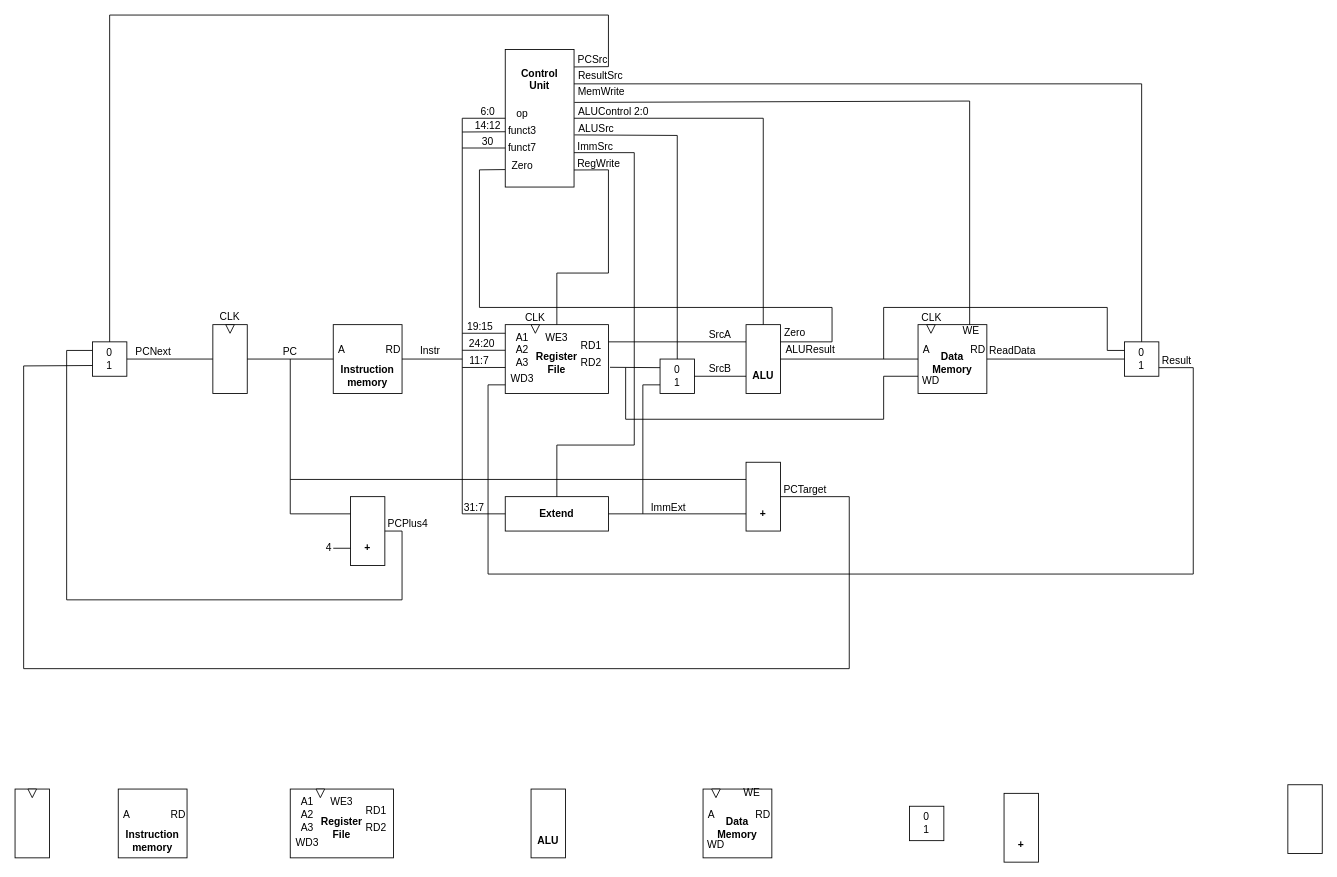
This is doc/riscv-cpu.drawio from myay/riscv_myay, a draw.io file, before an edit. Source tidied: cells renumbered, new cells numbered last; positions are measured from the earlier drawing's top-left corner, leaving out a move shared by most shapes. Both pictures are drawn from the tidied source at 86%, with x=0, y=0 at pixel (15, 15).
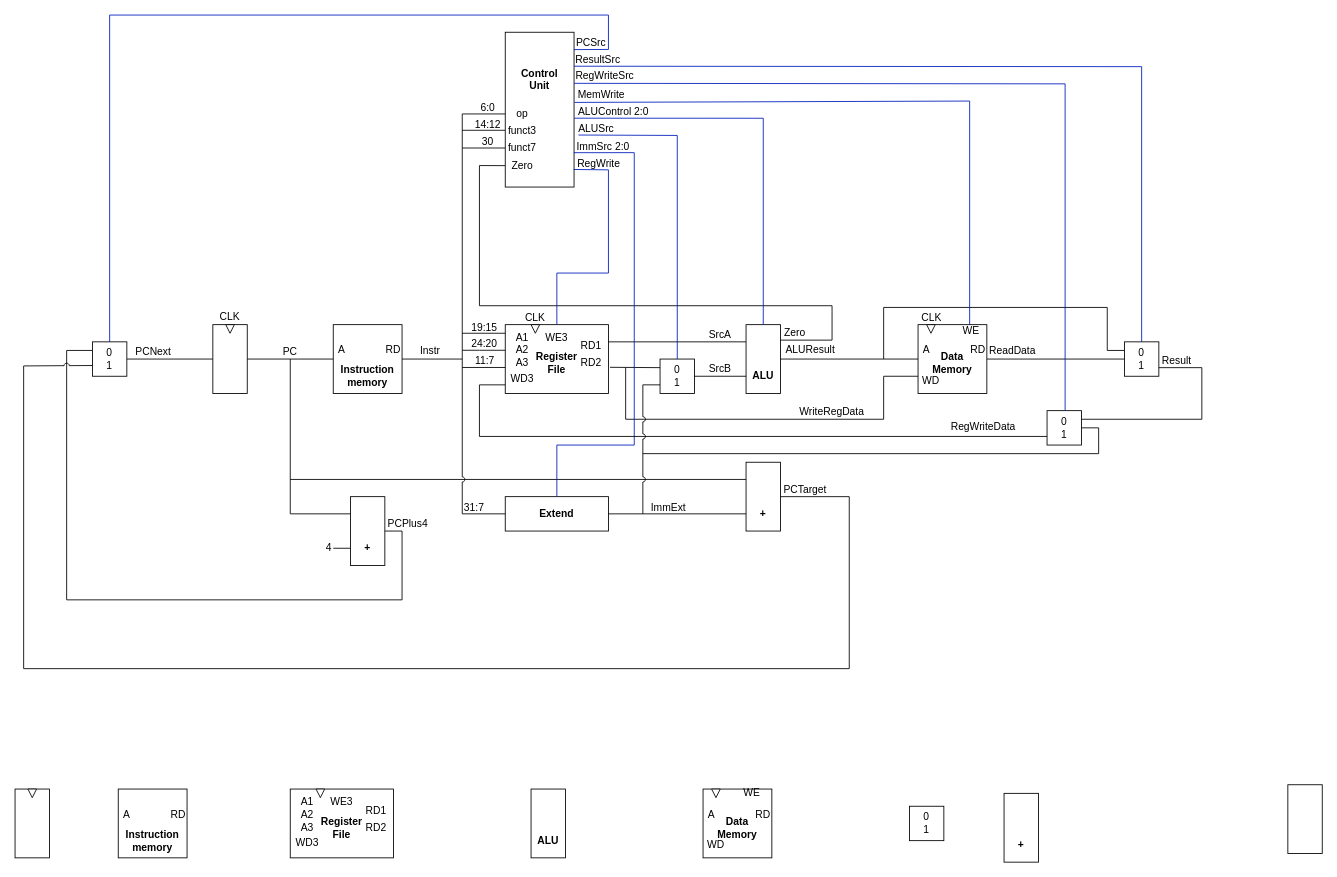
The same page after the edit.

Commit message:
Update microarch diagram for lui extension

The change refers to these unchanged cells:
```xml
<mxCell id="40" value="WE3" style="text;html=1;align=center;verticalAlign=middle;whiteSpace=wrap;rounded=0;" parent="1" vertex="1">
  <mxGeometry x="600" y="360" width="60" height="30" as="geometry" />
</mxCell>
<mxCell id="42" style="rounded=0;whiteSpace=wrap;html=1;" parent="1" vertex="1">
  <mxGeometry x="850" y="360" width="40" height="80" as="geometry" />
</mxCell>
<mxCell id="44" style="rounded=0;whiteSpace=wrap;html=1;" parent="1" vertex="1">
  <mxGeometry x="1050" y="360" width="80" height="80" as="geometry" />
</mxCell>
<mxCell id="51" style="rounded=0;whiteSpace=wrap;html=1;" parent="1" vertex="1">
  <mxGeometry x="1290" y="380" width="40" height="40" as="geometry" />
</mxCell>
<mxCell id="53" style="rounded=0;whiteSpace=wrap;html=1;" parent="1" vertex="1">
  <mxGeometry x="850" y="520" width="40" height="80" as="geometry" />
</mxCell>
<mxCell id="55" style="rounded=0;whiteSpace=wrap;html=1;" parent="1" vertex="1">
  <mxGeometry x="570" y="560" width="120" height="40" as="geometry" />
</mxCell>
<mxCell id="61" style="rounded=0;whiteSpace=wrap;html=1;" parent="1" vertex="1">
  <mxGeometry x="90" y="380" width="40" height="40" as="geometry" />
</mxCell>
<mxCell id="62" value="0&lt;div&gt;1&lt;/div&gt;" style="text;html=1;align=center;verticalAlign=middle;whiteSpace=wrap;rounded=0;" parent="1" vertex="1">
  <mxGeometry x="90" y="385" width="40" height="30" as="geometry" />
</mxCell>
<mxCell id="67" style="rounded=0;whiteSpace=wrap;html=1;" parent="1" vertex="1">
  <mxGeometry x="750" y="400" width="40" height="40" as="geometry" />
</mxCell>
<mxCell id="113" value="&lt;b&gt;Control&lt;/b&gt;&lt;div&gt;&lt;b&gt;Unit&lt;/b&gt;&lt;/div&gt;" style="text;html=1;align=center;verticalAlign=middle;whiteSpace=wrap;rounded=0;" parent="1" vertex="1">
  <mxGeometry x="580" y="60" width="60" height="30" as="geometry" />
</mxCell>
<mxCell id="135" value="ALUSrc" style="text;html=1;align=center;verticalAlign=middle;whiteSpace=wrap;rounded=0;" parent="1" vertex="1">
  <mxGeometry x="646" y="117" width="60" height="30" as="geometry" />
</mxCell>
<mxCell id="137" value="RegWrite" style="text;html=1;align=center;verticalAlign=middle;whiteSpace=wrap;rounded=0;" parent="1" vertex="1">
  <mxGeometry x="649" y="158" width="60" height="30" as="geometry" />
</mxCell>
```

The edit, as a diff of the source:
```diff
@@
-    <mxCell id="81" style="endArrow=none;html=1;rounded=0;exitX=1;exitY=0.5;exitDx=0;exitDy=0;entryX=0;entryY=0.75;entryDx=0;entryDy=0;" parent="1" edge="1" source="53" target="62">
+    <mxCell id="81" style="endArrow=none;html=1;rounded=0;exitX=1;exitY=0.5;exitDx=0;exitDy=0;entryX=0;entryY=0.75;entryDx=0;entryDy=0;jumpStyle=arc;" parent="1" edge="1" source="53" target="62">
       <mxGeometry relative="1" as="geometry">
         <Array as="points">
           <mxPoint x="970" y="560" />
           <mxPoint x="970" y="760" />
           <mxPoint x="10" y="760" />
           <mxPoint x="10" y="408" />
         </Array>
       </mxGeometry>
     </mxCell>
@@
-    <mxCell id="85" style="endArrow=none;html=1;rounded=0;entryX=1;entryY=0.5;entryDx=0;entryDy=0;exitX=0;exitY=0.75;exitDx=0;exitDy=0;" parent="1" edge="1">
-      <mxGeometry relative="1" as="geometry">
-        <mxPoint x="570" y="430" as="sourcePoint" />
-        <mxPoint x="1330" y="410" as="targetPoint" />
-        <Array as="points">
-          <mxPoint x="550" y="430" />
-          <mxPoint x="550" y="650" />
-          <mxPoint x="1370" y="650" />
-          <mxPoint x="1370" y="410" />
-        </Array>
-      </mxGeometry>
-    </mxCell>
@@
-    <mxCell id="97" style="endArrow=none;html=1;rounded=0;entryX=0;entryY=0.75;entryDx=0;entryDy=0;" parent="1" edge="1" target="67">
-      <mxGeometry relative="1" as="geometry">
-        <mxPoint x="730" y="580" as="sourcePoint" />
-        <Array as="points">
-          <mxPoint x="730" y="430" />
-        </Array>
-      </mxGeometry>
-    </mxCell>
@@
-    <mxCell id="100" style="endArrow=none;html=1;rounded=0;entryX=1;entryY=0.25;entryDx=0;entryDy=0;exitX=-0.004;exitY=0.873;exitDx=0;exitDy=0;exitPerimeter=0;" parent="1" edge="1" source="112" target="42">
+    <mxCell id="100" style="endArrow=none;html=1;rounded=0;entryX=1;entryY=0.25;entryDx=0;entryDy=0;exitX=-0.004;exitY=0.873;exitDx=0;exitDy=0;exitPerimeter=0;" parent="1" edge="1">
       <mxGeometry relative="1" as="geometry">
+        <mxPoint x="569.7" y="175.1" as="sourcePoint" />
+        <mxPoint x="890" y="378" as="targetPoint" />
         <Array as="points">
-          <mxPoint x="540" y="180" />
-          <mxPoint x="540" y="340" />
-          <mxPoint x="950" y="340" />
-          <mxPoint x="950" y="380" />
+          <mxPoint x="540" y="175" />
+          <mxPoint x="540" y="338" />
+          <mxPoint x="950" y="338" />
+          <mxPoint x="950" y="378" />
         </Array>
       </mxGeometry>
     </mxCell>
@@
-    <mxCell id="102" style="endArrow=none;html=1;rounded=0;" parent="1" edge="1">
-      <mxGeometry relative="1" as="geometry">
-        <mxPoint x="520" y="370" as="sourcePoint" />
-        <mxPoint x="570" y="370" as="targetPoint" />
-      </mxGeometry>
-    </mxCell>
-    <mxCell id="103" style="endArrow=none;html=1;rounded=0;" parent="1" edge="1">
-      <mxGeometry relative="1" as="geometry">
-        <mxPoint x="520" y="389.8" as="sourcePoint" />
-        <mxPoint x="570" y="389.8" as="targetPoint" />
-        <Array as="points">
-          <mxPoint x="540" y="389.8" />
-        </Array>
-      </mxGeometry>
-    </mxCell>
-    <mxCell id="104" style="endArrow=none;html=1;rounded=0;" parent="1" edge="1">
-      <mxGeometry relative="1" as="geometry">
-        <mxPoint x="520" y="409.8" as="sourcePoint" />
-        <mxPoint x="570" y="409.8" as="targetPoint" />
-      </mxGeometry>
-    </mxCell>
-    <mxCell id="105" style="endArrow=none;html=1;rounded=0;exitX=0;exitY=0.5;exitDx=0;exitDy=0;" parent="1" edge="1" source="55">
+    <mxCell id="105" style="endArrow=none;html=1;rounded=0;exitX=0;exitY=0.5;exitDx=0;exitDy=0;jumpStyle=arc;" parent="1" edge="1" source="55">
       <mxGeometry relative="1" as="geometry">
-        <mxPoint x="520" y="120" as="targetPoint" />
+        <mxPoint x="520" y="115" as="targetPoint" />
         <Array as="points">
           <mxPoint x="520" y="580" />
         </Array>
       </mxGeometry>
     </mxCell>
     <mxCell id="106" value="19:15" style="text;html=1;align=center;verticalAlign=middle;whiteSpace=wrap;rounded=0;" parent="1" vertex="1">
-      <mxGeometry x="511" y="348" width="60" height="30" as="geometry" />
+      <mxGeometry x="528" y="360" width="36" height="8" as="geometry" />
     </mxCell>
     <mxCell id="107" value="24:20" style="text;html=1;align=center;verticalAlign=middle;whiteSpace=wrap;rounded=0;" parent="1" vertex="1">
-      <mxGeometry x="513" y="368" width="60" height="30" as="geometry" />
+      <mxGeometry x="533" y="379" width="26" height="8" as="geometry" />
     </mxCell>
     <mxCell id="108" value="11:7" style="text;html=1;align=center;verticalAlign=middle;whiteSpace=wrap;rounded=0;" parent="1" vertex="1">
-      <mxGeometry x="510" y="387" width="60" height="30" as="geometry" />
+      <mxGeometry x="534" y="396" width="25" height="12" as="geometry" />
     </mxCell>
@@
     <mxCell id="112" style="rounded=0;whiteSpace=wrap;html=1;" parent="1" vertex="1">
-      <mxGeometry x="570" y="40" width="80" height="160" as="geometry" />
+      <mxGeometry x="570" y="20" width="80" height="180" as="geometry" />
     </mxCell>
@@
-    <mxCell id="118" style="endArrow=none;html=1;rounded=0;entryX=0;entryY=0.5;entryDx=0;entryDy=0;" parent="1" edge="1" target="112">
+    <mxCell id="118" style="endArrow=none;html=1;rounded=0;entryX=0;entryY=0.5;entryDx=0;entryDy=0;" parent="1" edge="1">
       <mxGeometry relative="1" as="geometry">
-        <mxPoint x="520" y="120" as="sourcePoint" />
+        <mxPoint x="520" y="115" as="sourcePoint" />
+        <mxPoint x="570" y="115" as="targetPoint" />
       </mxGeometry>
     </mxCell>
-    <mxCell id="119" style="endArrow=none;html=1;rounded=0;entryX=0.001;entryY=0.598;entryDx=0;entryDy=0;entryPerimeter=0;" parent="1" edge="1" target="112">
+    <mxCell id="119" style="endArrow=none;html=1;rounded=0;entryX=0.167;entryY=0.167;entryDx=0;entryDy=0;entryPerimeter=0;" parent="1" edge="1">
       <mxGeometry relative="1" as="geometry">
-        <mxPoint x="520" y="136" as="sourcePoint" />
+        <mxPoint x="520" y="134" as="sourcePoint" />
+        <mxPoint x="570" y="134" as="targetPoint" />
       </mxGeometry>
     </mxCell>
@@
     <mxCell id="121" value="6:0" style="text;html=1;align=center;verticalAlign=middle;whiteSpace=wrap;rounded=0;" parent="1" vertex="1">
-      <mxGeometry x="520" y="98" width="60" height="30" as="geometry" />
+      <mxGeometry x="539" y="103" width="22" height="10" as="geometry" />
     </mxCell>
     <mxCell id="122" value="14:12" style="text;html=1;align=center;verticalAlign=middle;whiteSpace=wrap;rounded=0;" parent="1" vertex="1">
-      <mxGeometry x="520" y="114" width="60" height="30" as="geometry" />
+      <mxGeometry x="540" y="126" width="20" height="4" as="geometry" />
     </mxCell>
@@
-    <mxCell id="124" style="endArrow=none;html=1;rounded=0;entryX=1.003;entryY=0.127;entryDx=0;entryDy=0;exitX=0.5;exitY=0;exitDx=0;exitDy=0;entryPerimeter=0;" parent="1" edge="1" source="61" target="112">
+    <mxCell id="124" style="endArrow=none;html=1;rounded=0;exitX=0.5;exitY=0;exitDx=0;exitDy=0;entryX=0.998;entryY=0.112;entryDx=0;entryDy=0;entryPerimeter=0;fillColor=#0050ef;strokeColor=#001DBC;" parent="1" edge="1" source="61" target="112">
       <mxGeometry relative="1" as="geometry">
         <Array as="points">
           <mxPoint x="110" />
           <mxPoint x="690" />
-          <mxPoint x="690" y="60" />
+          <mxPoint x="690" y="40" />
         </Array>
       </mxGeometry>
     </mxCell>
-    <mxCell id="125" style="endArrow=none;html=1;rounded=0;exitX=1;exitY=0.25;exitDx=0;exitDy=0;entryX=0.5;entryY=0;entryDx=0;entryDy=0;" parent="1" edge="1" source="112" target="51">
+    <mxCell id="125" style="endArrow=none;html=1;rounded=0;exitX=-0.019;exitY=0.118;exitDx=0;exitDy=0;entryX=0.5;entryY=0;entryDx=0;entryDy=0;exitPerimeter=0;fillColor=#0050ef;strokeColor=#001DBC;" parent="1" edge="1" target="51">
       <mxGeometry relative="1" as="geometry">
+        <mxPoint x="649.9" y="59.5" as="sourcePoint" />
         <Array as="points">
-          <mxPoint x="1310" y="80" />
+          <mxPoint x="1310" y="60" />
         </Array>
       </mxGeometry>
     </mxCell>
-    <mxCell id="126" style="endArrow=none;html=1;rounded=0;entryX=0.75;entryY=0;entryDx=0;entryDy=0;exitX=1.174;exitY=1.386;exitDx=0;exitDy=0;exitPerimeter=0;" parent="1" edge="1" source="113" target="44">
+    <mxCell id="126" style="endArrow=none;html=1;rounded=0;entryX=0.75;entryY=0;entryDx=0;entryDy=0;exitX=1.174;exitY=1.386;exitDx=0;exitDy=0;exitPerimeter=0;fillColor=#0050ef;strokeColor=#001DBC;" parent="1" edge="1" source="113" target="44">
       <mxGeometry relative="1" as="geometry">
         <Array as="points">
           <mxPoint x="1110" y="100" />
         </Array>
       </mxGeometry>
     </mxCell>
-    <mxCell id="127" style="endArrow=none;html=1;rounded=0;entryX=1;entryY=0.5;entryDx=0;entryDy=0;exitX=0.5;exitY=0;exitDx=0;exitDy=0;" parent="1" edge="1" source="42" target="112">
+    <mxCell id="127" style="endArrow=none;html=1;rounded=0;entryX=0.071;entryY=0.098;entryDx=0;entryDy=0;exitX=0.5;exitY=0;exitDx=0;exitDy=0;entryPerimeter=0;fillColor=#0050ef;strokeColor=#001DBC;" parent="1" edge="1" source="42" target="135">
       <mxGeometry relative="1" as="geometry">
         <Array as="points">
           <mxPoint x="870" y="120" />
         </Array>
       </mxGeometry>
     </mxCell>
-    <mxCell id="128" style="endArrow=none;html=1;rounded=0;entryX=1.006;entryY=0.621;entryDx=0;entryDy=0;exitX=0.5;exitY=0;exitDx=0;exitDy=0;entryPerimeter=0;" parent="1" edge="1" source="67" target="112">
+    <mxCell id="128" style="endArrow=none;html=1;rounded=0;entryX=0.087;entryY=0.05;entryDx=0;entryDy=0;exitX=0.5;exitY=0;exitDx=0;exitDy=0;entryPerimeter=0;fillColor=#0050ef;strokeColor=#001DBC;" parent="1" edge="1" source="67" target="136">
       <mxGeometry relative="1" as="geometry">
         <Array as="points">
           <mxPoint x="770" y="140" />
         </Array>
       </mxGeometry>
     </mxCell>
-    <mxCell id="129" style="endArrow=none;html=1;rounded=0;entryX=1;entryY=0.75;entryDx=0;entryDy=0;exitX=0.5;exitY=0;exitDx=0;exitDy=0;" parent="1" edge="1" source="55" target="112">
+    <mxCell id="129" style="endArrow=none;html=1;rounded=0;entryX=0.012;entryY=0.068;entryDx=0;entryDy=0;exitX=0.5;exitY=0;exitDx=0;exitDy=0;entryPerimeter=0;fillColor=#0050ef;strokeColor=#001DBC;" parent="1" edge="1" source="55" target="137">
       <mxGeometry relative="1" as="geometry">
         <Array as="points">
           <mxPoint x="630" y="500" />
           <mxPoint x="720" y="500" />
           <mxPoint x="720" y="160" />
         </Array>
       </mxGeometry>
     </mxCell>
-    <mxCell id="130" style="endArrow=none;html=1;rounded=0;exitX=0.5;exitY=0;exitDx=0;exitDy=0;entryX=1;entryY=0.876;entryDx=0;entryDy=0;entryPerimeter=0;" parent="1" edge="1" source="40" target="112">
+    <mxCell id="130" style="endArrow=none;html=1;rounded=0;exitX=0.5;exitY=0;exitDx=0;exitDy=0;entryX=0.011;entryY=0.719;entryDx=0;entryDy=0;entryPerimeter=0;fillColor=#0050ef;strokeColor=#001DBC;" parent="1" edge="1" source="40" target="137">
       <mxGeometry relative="1" as="geometry">
         <Array as="points">
           <mxPoint x="630" y="300" />
           <mxPoint x="690" y="300" />
           <mxPoint x="690" y="180" />
         </Array>
       </mxGeometry>
     </mxCell>
     <mxCell id="131" value="PCSrc" style="text;html=1;align=center;verticalAlign=middle;whiteSpace=wrap;rounded=0;" parent="1" vertex="1">
-      <mxGeometry x="642" y="37" width="60" height="30" as="geometry" />
+      <mxGeometry x="640" y="18" width="60" height="30" as="geometry" />
     </mxCell>
-    <mxCell id="132" value="ResultSrc" style="text;html=1;align=center;verticalAlign=middle;whiteSpace=wrap;rounded=0;" parent="1" vertex="1">
-      <mxGeometry x="651" y="56" width="60" height="30" as="geometry" />
-    </mxCell>
     <mxCell id="133" value="MemWrite" style="text;html=1;align=center;verticalAlign=middle;whiteSpace=wrap;rounded=0;" parent="1" vertex="1">
-      <mxGeometry x="652" y="75" width="60" height="30" as="geometry" />
+      <mxGeometry x="652" y="78" width="60" height="30" as="geometry" />
     </mxCell>
@@
-    <mxCell id="136" value="ImmSrc" style="text;html=1;align=center;verticalAlign=middle;whiteSpace=wrap;rounded=0;" parent="1" vertex="1">
-      <mxGeometry x="645" y="138" width="60" height="30" as="geometry" />
+    <mxCell id="136" value="ImmSrc 2:0" style="text;html=1;align=center;verticalAlign=middle;whiteSpace=wrap;rounded=0;" parent="1" vertex="1">
+      <mxGeometry x="649" y="138" width="70" height="30" as="geometry" />
     </mxCell>
@@
+    <mxCell id="138" style="rounded=0;whiteSpace=wrap;html=1;" parent="1" vertex="1">
+      <mxGeometry x="1200" y="460" width="40" height="40" as="geometry" />
+    </mxCell>
+    <mxCell id="139" value="0&lt;div&gt;1&lt;/div&gt;" style="text;html=1;align=center;verticalAlign=middle;whiteSpace=wrap;rounded=0;" parent="1" vertex="1">
+      <mxGeometry x="1190" y="465" width="60" height="30" as="geometry" />
+    </mxCell>
+    <mxCell id="140" style="endArrow=none;html=1;rounded=0;exitX=1;exitY=0.75;exitDx=0;exitDy=0;entryX=1;entryY=0.25;entryDx=0;entryDy=0;" parent="1" edge="1" source="51" target="138">
+      <mxGeometry relative="1" as="geometry">
+        <Array as="points">
+          <mxPoint x="1380" y="410" />
+          <mxPoint x="1380" y="470" />
+        </Array>
+      </mxGeometry>
+    </mxCell>
+    <mxCell id="141" style="endArrow=none;html=1;rounded=0;jumpStyle=none;" parent="1" edge="1">
+      <mxGeometry relative="1" as="geometry">
+        <mxPoint x="570" y="430" as="sourcePoint" />
+        <mxPoint x="1200" y="490" as="targetPoint" />
+        <Array as="points">
+          <mxPoint x="540" y="430" />
+          <mxPoint x="540" y="490" />
+        </Array>
+      </mxGeometry>
+    </mxCell>
+    <mxCell id="142" value="RegWriteData" style="text;html=1;align=center;verticalAlign=middle;whiteSpace=wrap;rounded=0;" parent="1" vertex="1">
+      <mxGeometry x="1096" y="464" width="60" height="30" as="geometry" />
+    </mxCell>
+    <mxCell id="143" style="endArrow=none;html=1;rounded=0;exitX=0.5;exitY=0;exitDx=0;exitDy=0;entryX=1.002;entryY=0.33;entryDx=0;entryDy=0;entryPerimeter=0;fillColor=#0050ef;strokeColor=#001DBC;" parent="1" edge="1" target="112">
+      <mxGeometry relative="1" as="geometry">
+        <mxPoint x="1221" y="460" as="sourcePoint" />
+        <Array as="points">
+          <mxPoint x="1221" y="80" />
+        </Array>
+      </mxGeometry>
+    </mxCell>
+    <mxCell id="144" value="RegWriteSrc" style="text;html=1;align=center;verticalAlign=middle;whiteSpace=wrap;rounded=0;" parent="1" vertex="1">
+      <mxGeometry x="631" y="56" width="110" height="30" as="geometry" />
+    </mxCell>
+    <mxCell id="145" value="WriteRegData" style="text;html=1;align=center;verticalAlign=middle;whiteSpace=wrap;rounded=0;" parent="1" vertex="1">
+      <mxGeometry x="920" y="446" width="60" height="30" as="geometry" />
+    </mxCell>
+    <mxCell id="132" value="ResultSrc" style="text;html=1;align=center;verticalAlign=middle;whiteSpace=wrap;rounded=0;" parent="1" vertex="1">
+      <mxGeometry x="648" y="37" width="60" height="30" as="geometry" />
+    </mxCell>
+    <mxCell id="97" style="endArrow=none;html=1;rounded=0;entryX=0;entryY=0.75;entryDx=0;entryDy=0;jumpStyle=arc;" parent="1" edge="1" target="67">
+      <mxGeometry relative="1" as="geometry">
+        <mxPoint x="730" y="580" as="sourcePoint" />
+        <Array as="points">
+          <mxPoint x="730" y="430" />
+        </Array>
+      </mxGeometry>
+    </mxCell>
+    <mxCell id="146" style="endArrow=none;html=1;rounded=0;entryX=1;entryY=0.75;entryDx=0;entryDy=0;jumpStyle=none;" parent="1" edge="1">
+      <mxGeometry relative="1" as="geometry">
+        <mxPoint x="730" y="510" as="sourcePoint" />
+        <mxPoint x="1240" y="480" as="targetPoint" />
+        <Array as="points">
+          <mxPoint x="1260" y="510" />
+          <mxPoint x="1260" y="480" />
+        </Array>
+      </mxGeometry>
+    </mxCell>
+    <mxCell id="102" style="endArrow=none;html=1;rounded=0;" parent="1" edge="1">
+      <mxGeometry relative="1" as="geometry">
+        <mxPoint x="520" y="370" as="sourcePoint" />
+        <mxPoint x="570" y="370" as="targetPoint" />
+      </mxGeometry>
+    </mxCell>
+    <mxCell id="103" style="endArrow=none;html=1;rounded=0;" parent="1" edge="1">
+      <mxGeometry relative="1" as="geometry">
+        <mxPoint x="520" y="389.8" as="sourcePoint" />
+        <mxPoint x="570" y="389.8" as="targetPoint" />
+        <Array as="points">
+          <mxPoint x="540" y="389.8" />
+        </Array>
+      </mxGeometry>
+    </mxCell>
+    <mxCell id="104" style="endArrow=none;html=1;rounded=0;" parent="1" edge="1">
+      <mxGeometry relative="1" as="geometry">
+        <mxPoint x="520" y="409.8" as="sourcePoint" />
+        <mxPoint x="570" y="409.8" as="targetPoint" />
+      </mxGeometry>
+    </mxCell>
```
